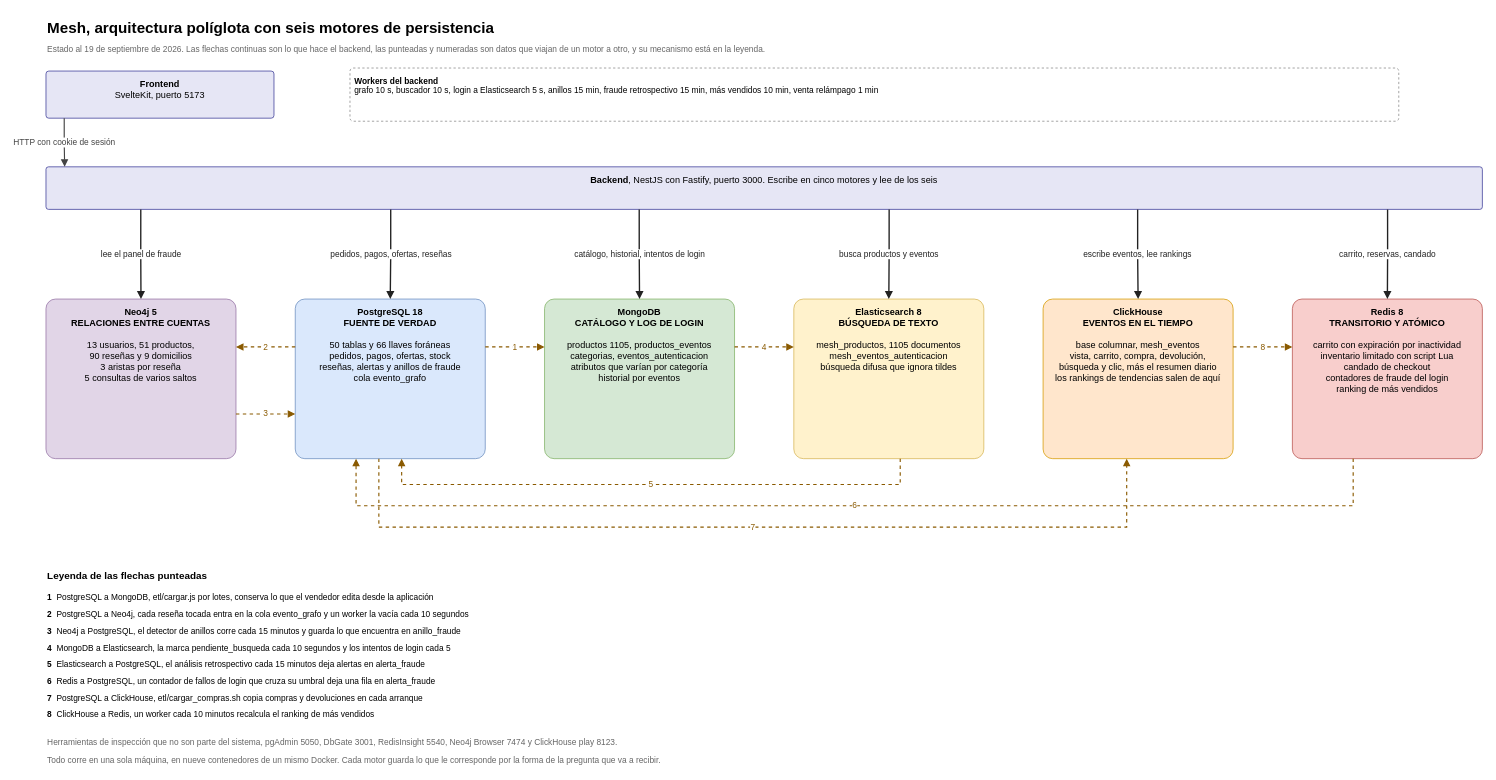
Above: docs/diagrama-arquitectura.drawio in pinedahuella/Proyecto-Tienda-Base-Datos-2 (draw.io), before the change. Source tidied: cells renumbered, new cells numbered last; positions are measured from the earlier drawing's top-left corner, leaving out a move shared by most shapes. Both pictures are drawn from the tidied source at 76%, with x=0, y=0 at pixel (46, 13).
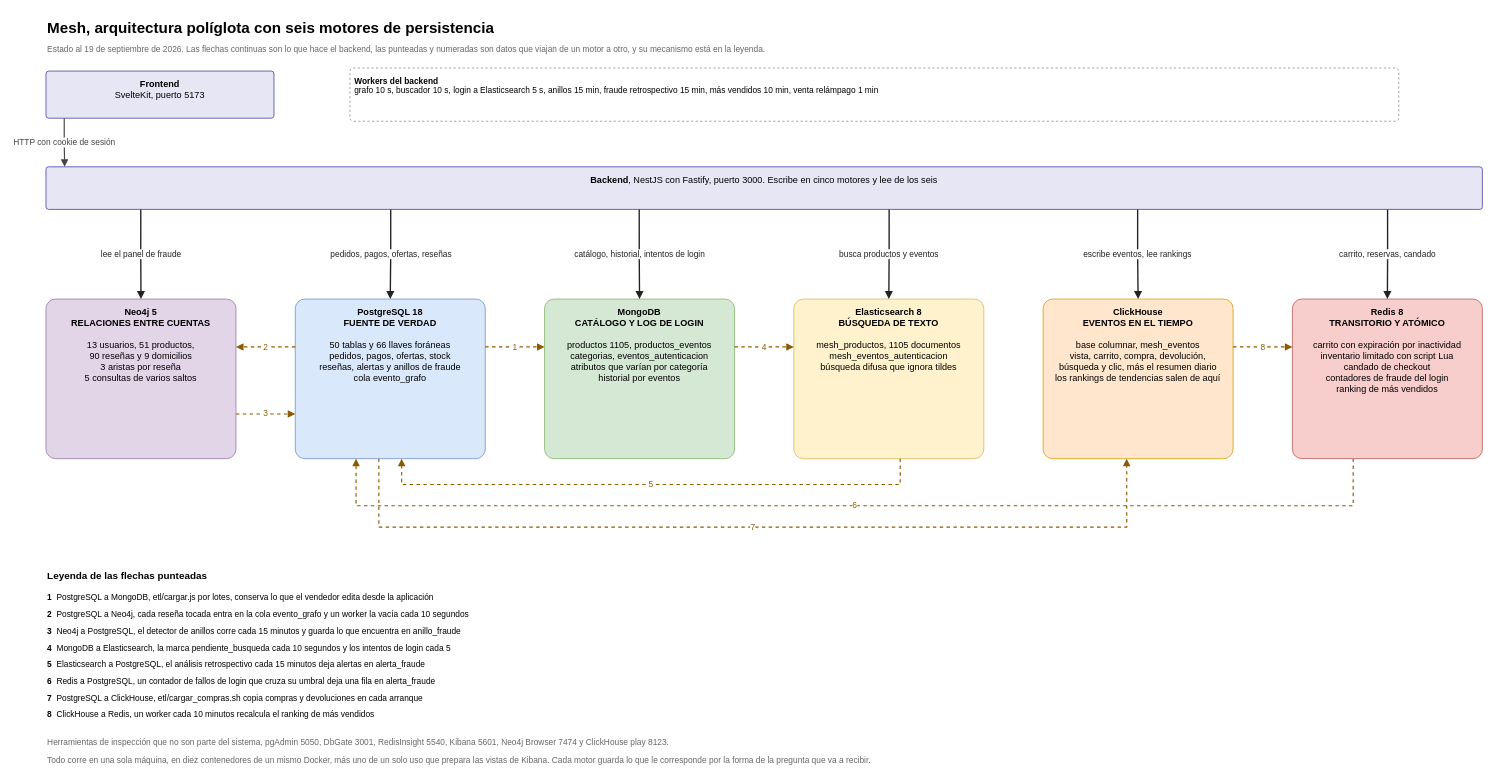
Above is the later version.

Commit message (it also covers changes not shown here):
Informe de la Entrega 2 al dia y diagrama de arquitectura con Kibana

What changed in the source:
```diff
@@
-    <mxCell id="37" value="Herramientas de inspección que no son parte del sistema, pgAdmin 5050, DbGate 3001, RedisInsight 5540, Neo4j Browser 7474 y ClickHouse play 8123." style="text;html=1;strokeColor=none;fillColor=none;align=left;verticalAlign=top;whiteSpace=wrap;fontSize=11;fontColor=#666666;" parent="1" vertex="1">
+    <mxCell id="37" value="Herramientas de inspección que no son parte del sistema, pgAdmin 5050, DbGate 3001, RedisInsight 5540, Kibana 5601, Neo4j Browser 7474 y ClickHouse play 8123." style="text;html=1;strokeColor=none;fillColor=none;align=left;verticalAlign=top;whiteSpace=wrap;fontSize=11;fontColor=#666666;" parent="1" vertex="1">
       <mxGeometry y="946" width="1800" height="22" as="geometry" />
     </mxCell>
-    <mxCell id="38" value="Todo corre en una sola máquina, en nueve contenedores de un mismo Docker. Cada motor guarda lo que le corresponde por la forma de la pregunta que va a recibir." style="text;html=1;strokeColor=none;fillColor=none;align=left;verticalAlign=top;whiteSpace=wrap;fontSize=11;fontColor=#666666;" parent="1" vertex="1">
+    <mxCell id="38" value="Todo corre en una sola máquina, en diez contenedores de un mismo Docker, más uno de un solo uso que prepara las vistas de Kibana. Cada motor guarda lo que le corresponde por la forma de la pregunta que va a recibir." style="text;html=1;strokeColor=none;fillColor=none;align=left;verticalAlign=top;whiteSpace=wrap;fontSize=11;fontColor=#666666;" parent="1" vertex="1">
       <mxGeometry y="970" width="1800" height="22" as="geometry" />
     </mxCell>
```
